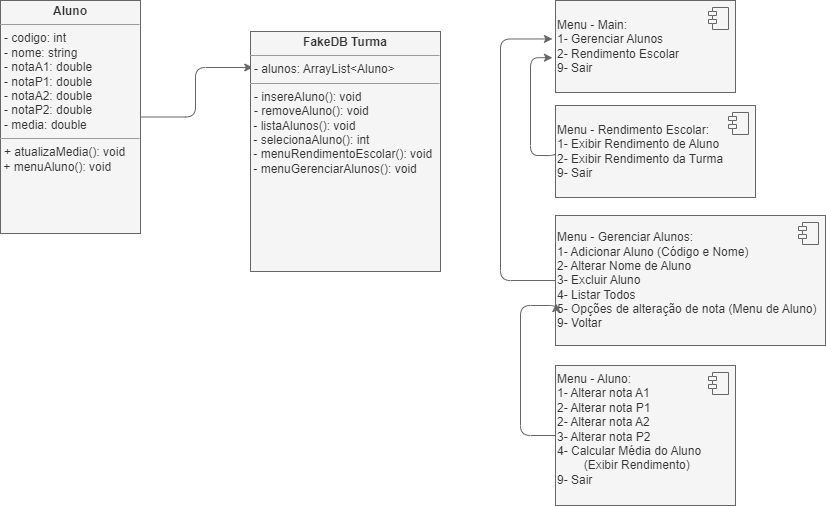
The draw.io diagram AULA-11/Atividade/Atividade - 06/FakeDB-Escola/docs/projetoescola.drawio.png in diogoJoseFreitas/UNIDERP-2023.2-LOO, before a commit. Source tidied: cells renumbered, new cells last; positions are measured from the earlier drawing's top-left corner, leaving out a move shared by most shapes.
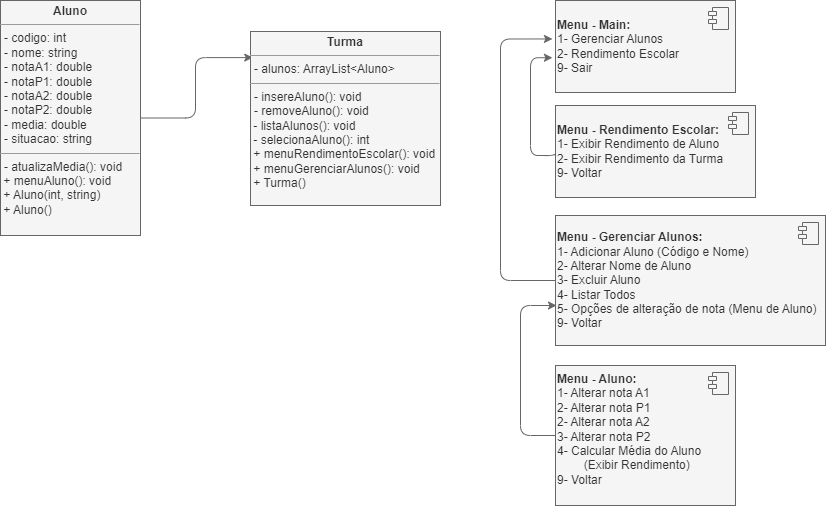
The same file after the commit.

Diff of the diagram source:
```diff
@@ -5,10 +5,10 @@
     <mxCell id="2" style="edgeStyle=orthogonalEdgeStyle;html=1;entryX=0.012;entryY=0.15;entryDx=0;entryDy=0;entryPerimeter=0;fillColor=#f5f5f5;strokeColor=#666666;" parent="1" edge="1" source="3" target="6">
       <mxGeometry relative="1" as="geometry" />
     </mxCell>
-    <mxCell id="3" value="&lt;p style=&quot;margin:0px;margin-top:4px;text-align:center;&quot;&gt;&lt;b&gt;Aluno&lt;/b&gt;&lt;/p&gt;&lt;hr size=&quot;1&quot;&gt;&lt;p style=&quot;margin:0px;margin-left:4px;&quot;&gt;- codigo: int&lt;/p&gt;&lt;p style=&quot;margin:0px;margin-left:4px;&quot;&gt;- nome: string&lt;/p&gt;&lt;p style=&quot;margin:0px;margin-left:4px;&quot;&gt;- notaA1: double&lt;/p&gt;&lt;p style=&quot;margin:0px;margin-left:4px;&quot;&gt;- notaP1: double&lt;/p&gt;&lt;p style=&quot;margin:0px;margin-left:4px;&quot;&gt;- notaA2: double&lt;/p&gt;&lt;p style=&quot;margin:0px;margin-left:4px;&quot;&gt;- notaP2: double&lt;/p&gt;&lt;p style=&quot;margin:0px;margin-left:4px;&quot;&gt;- media: double&lt;/p&gt;&lt;hr size=&quot;1&quot;&gt;&lt;p style=&quot;margin:0px;margin-left:4px;&quot;&gt;+ atualizaMedia(): void&lt;br&gt;&lt;/p&gt;&amp;nbsp;+ menuAluno(): void" style="verticalAlign=top;align=left;overflow=fill;fontSize=12;fontFamily=Helvetica;html=1;fillColor=#f5f5f5;strokeColor=#666666;fontColor=#333333;" parent="1" vertex="1">
-      <mxGeometry width="140" height="233" as="geometry" />
+    <mxCell id="3" value="&lt;p style=&quot;margin:0px;margin-top:4px;text-align:center;&quot;&gt;&lt;b&gt;Aluno&lt;/b&gt;&lt;/p&gt;&lt;hr size=&quot;1&quot;&gt;&lt;p style=&quot;margin:0px;margin-left:4px;&quot;&gt;- codigo: int&lt;/p&gt;&lt;p style=&quot;margin:0px;margin-left:4px;&quot;&gt;- nome: string&lt;/p&gt;&lt;p style=&quot;margin:0px;margin-left:4px;&quot;&gt;- notaA1: double&lt;/p&gt;&lt;p style=&quot;margin:0px;margin-left:4px;&quot;&gt;- notaP1: double&lt;/p&gt;&lt;p style=&quot;margin:0px;margin-left:4px;&quot;&gt;- notaA2: double&lt;/p&gt;&lt;p style=&quot;margin:0px;margin-left:4px;&quot;&gt;- notaP2: double&lt;/p&gt;&lt;p style=&quot;margin:0px;margin-left:4px;&quot;&gt;- media: double&lt;/p&gt;&lt;p style=&quot;margin:0px;margin-left:4px;&quot;&gt;- situacao: string&lt;/p&gt;&lt;hr size=&quot;1&quot;&gt;&lt;p style=&quot;margin:0px;margin-left:4px;&quot;&gt;- atualizaMedia(): void&lt;br&gt;&lt;/p&gt;&amp;nbsp;+ menuAluno(): void&lt;br&gt;&amp;nbsp;+ Aluno(int, string)&lt;br&gt;&amp;nbsp;+ Aluno()" style="verticalAlign=top;align=left;overflow=fill;fontSize=12;fontFamily=Helvetica;html=1;fillColor=#f5f5f5;strokeColor=#666666;fontColor=#333333;" parent="1" vertex="1">
+      <mxGeometry width="140" height="235" as="geometry" />
     </mxCell>
-    <mxCell id="4" value="Menu - Main:&lt;br&gt;1- Gerenciar Alunos&lt;br&gt;2- Rendimento Escolar&lt;br&gt;&lt;div style=&quot;&quot;&gt;&lt;span style=&quot;background-color: initial;&quot;&gt;9- Sair&lt;/span&gt;&lt;/div&gt;" style="html=1;align=left;verticalAlign=middle;fillColor=#f5f5f5;strokeColor=#666666;fontColor=#333333;" parent="1" vertex="1">
+    <mxCell id="4" value="&lt;b&gt;Menu - Main:&lt;br&gt;&lt;/b&gt;1- Gerenciar Alunos&lt;br&gt;2- Rendimento Escolar&lt;br&gt;&lt;div style=&quot;&quot;&gt;&lt;span style=&quot;background-color: initial;&quot;&gt;9- Sair&lt;/span&gt;&lt;/div&gt;" style="html=1;align=left;verticalAlign=middle;fillColor=#f5f5f5;strokeColor=#666666;fontColor=#333333;" parent="1" vertex="1">
       <mxGeometry x="555" width="180" height="92" as="geometry" />
     </mxCell>
     <mxCell id="5" style="shape=module;jettyWidth=8;jettyHeight=4;fillColor=#f5f5f5;strokeColor=#666666;fontColor=#333333;" parent="4" vertex="1">
@@ -16,8 +16,8 @@
         <mxPoint x="-27" y="7" as="offset" />
       </mxGeometry>
     </mxCell>
-    <mxCell id="6" value="&lt;p style=&quot;margin:0px;margin-top:4px;text-align:center;&quot;&gt;&lt;b&gt;FakeDB Turma&lt;/b&gt;&lt;/p&gt;&lt;hr size=&quot;1&quot;&gt;&lt;p style=&quot;margin:0px;margin-left:4px;&quot;&gt;- alunos: ArrayList&amp;lt;Aluno&amp;gt;&lt;/p&gt;&lt;hr size=&quot;1&quot;&gt;&lt;p style=&quot;margin:0px;margin-left:4px;&quot;&gt;- insereAluno(): void&lt;/p&gt;&lt;p style=&quot;margin:0px;margin-left:4px;&quot;&gt;- removeAluno(): void&lt;/p&gt;&amp;nbsp;- listaAlunos(): void&lt;br&gt;&amp;nbsp;- selecionaAluno(): int&lt;br&gt;&amp;nbsp;- menuRendimentoEscolar(): void&lt;br&gt;&amp;nbsp;- menuGerenciarAlunos(): void" style="verticalAlign=top;align=left;overflow=fill;fontSize=12;fontFamily=Helvetica;html=1;fillColor=#f5f5f5;strokeColor=#666666;fontColor=#333333;" parent="1" vertex="1">
-      <mxGeometry x="250" y="31" width="190" height="240" as="geometry" />
+    <mxCell id="6" value="&lt;p style=&quot;margin:0px;margin-top:4px;text-align:center;&quot;&gt;&lt;b&gt;Turma&lt;/b&gt;&lt;/p&gt;&lt;hr size=&quot;1&quot;&gt;&lt;p style=&quot;margin:0px;margin-left:4px;&quot;&gt;- alunos: ArrayList&amp;lt;Aluno&amp;gt;&lt;/p&gt;&lt;hr size=&quot;1&quot;&gt;&lt;p style=&quot;margin:0px;margin-left:4px;&quot;&gt;- insereAluno(): void&lt;/p&gt;&lt;p style=&quot;margin:0px;margin-left:4px;&quot;&gt;- removeAluno(): void&lt;/p&gt;&amp;nbsp;- listaAlunos(): void&lt;br&gt;&amp;nbsp;- selecionaAluno(): int&lt;br&gt;&amp;nbsp;+ menuRendimentoEscolar(): void&lt;br&gt;&amp;nbsp;+ menuGerenciarAlunos(): void&lt;br&gt;&amp;nbsp;+ Turma()" style="verticalAlign=top;align=left;overflow=fill;fontSize=12;fontFamily=Helvetica;html=1;fillColor=#f5f5f5;strokeColor=#666666;fontColor=#333333;" parent="1" vertex="1">
+      <mxGeometry x="250" y="31" width="190" height="174" as="geometry" />
     </mxCell>
     <mxCell id="7" style="edgeStyle=orthogonalEdgeStyle;html=1;entryX=-0.017;entryY=0.418;entryDx=0;entryDy=0;entryPerimeter=0;exitX=0;exitY=0.5;exitDx=0;exitDy=0;fillColor=#f5f5f5;strokeColor=#666666;" parent="1" edge="1" source="8" target="4">
       <mxGeometry relative="1" as="geometry">
@@ -27,7 +27,7 @@
         </Array>
       </mxGeometry>
     </mxCell>
-    <mxCell id="8" value="Menu - Gerenciar Alunos:&lt;br&gt;1- Adicionar Aluno (Código e Nome)&lt;br&gt;2- Alterar Nome de Aluno&lt;br&gt;3- Excluir Aluno&lt;br&gt;4- Listar Todos&lt;br&gt;5- Opções de alteração de nota (Menu de Aluno)&lt;br&gt;&lt;div style=&quot;&quot;&gt;&lt;span style=&quot;background-color: initial;&quot;&gt;9- Voltar&lt;/span&gt;&lt;/div&gt;" style="html=1;align=left;verticalAlign=middle;fillColor=#f5f5f5;strokeColor=#666666;fontColor=#333333;" parent="1" vertex="1">
+    <mxCell id="8" value="&lt;b&gt;Menu - Gerenciar Alunos:&lt;br&gt;&lt;/b&gt;1- Adicionar Aluno (Código e Nome)&lt;br&gt;2- Alterar Nome de Aluno&lt;br&gt;3- Excluir Aluno&lt;br&gt;4- Listar Todos&lt;br&gt;5- Opções de alteração de nota (Menu de Aluno)&lt;br&gt;&lt;div style=&quot;&quot;&gt;&lt;span style=&quot;background-color: initial;&quot;&gt;9- Voltar&lt;/span&gt;&lt;/div&gt;" style="html=1;align=left;verticalAlign=middle;fillColor=#f5f5f5;strokeColor=#666666;fontColor=#333333;" parent="1" vertex="1">
       <mxGeometry x="555" y="215" width="270" height="130" as="geometry" />
     </mxCell>
     <mxCell id="9" style="shape=module;jettyWidth=8;jettyHeight=4;fillColor=#f5f5f5;strokeColor=#666666;fontColor=#333333;" parent="8" vertex="1">
@@ -44,7 +44,7 @@
         </Array>
       </mxGeometry>
     </mxCell>
-    <mxCell id="11" value="Menu - Rendimento Escolar:&lt;br&gt;1- Exibir Rendimento de Aluno&lt;br&gt;2- Exibir Rendimento da Turma&lt;br&gt;&lt;div style=&quot;&quot;&gt;&lt;span style=&quot;background-color: initial;&quot;&gt;9- Sair&lt;/span&gt;&lt;/div&gt;" style="html=1;align=left;verticalAlign=middle;fillColor=#f5f5f5;strokeColor=#666666;fontColor=#333333;" parent="1" vertex="1">
+    <mxCell id="11" value="&lt;b&gt;Menu - Rendimento Escolar:&lt;br&gt;&lt;/b&gt;1- Exibir Rendimento de Aluno&lt;br&gt;2- Exibir Rendimento da Turma&lt;br&gt;&lt;div style=&quot;&quot;&gt;&lt;span style=&quot;background-color: initial;&quot;&gt;9- Voltar&lt;/span&gt;&lt;/div&gt;" style="html=1;align=left;verticalAlign=middle;fillColor=#f5f5f5;strokeColor=#666666;fontColor=#333333;" parent="1" vertex="1">
       <mxGeometry x="555" y="105" width="200" height="92" as="geometry" />
     </mxCell>
     <mxCell id="12" style="shape=module;jettyWidth=8;jettyHeight=4;fillColor=#f5f5f5;strokeColor=#666666;fontColor=#333333;" parent="11" vertex="1">
@@ -52,8 +52,9 @@
         <mxPoint x="-27" y="7" as="offset" />
       </mxGeometry>
     </mxCell>
-    <mxCell id="13" style="edgeStyle=orthogonalEdgeStyle;html=1;entryX=0.003;entryY=0.678;entryDx=0;entryDy=0;entryPerimeter=0;exitX=0;exitY=0.5;exitDx=0;exitDy=0;fillColor=#f5f5f5;strokeColor=#666666;" parent="1" edge="1" source="14" target="8">
+    <mxCell id="13" style="edgeStyle=orthogonalEdgeStyle;html=1;exitX=0;exitY=0.5;exitDx=0;exitDy=0;fillColor=#f5f5f5;strokeColor=#666666;" parent="1" edge="1" source="14">
       <mxGeometry relative="1" as="geometry">
+        <mxPoint x="556" y="305" as="targetPoint" />
         <Array as="points">
           <mxPoint x="520" y="435" />
           <mxPoint x="520" y="305" />
@@ -61,7 +62,7 @@
         </Array>
       </mxGeometry>
     </mxCell>
-    <mxCell id="14" value="Menu - Aluno:&lt;br&gt;1- Alterar nota A1&lt;br&gt;2- Alterar nota P1&lt;br&gt;2- Alterar nota A2&lt;br&gt;3- Alterar nota P2&lt;br&gt;4- Calcular Média do Aluno&lt;br&gt;&lt;span style=&quot;white-space: pre;&quot;&gt;&#9;&lt;/span&gt;(Exibir Rendimento)&lt;br&gt;&lt;div style=&quot;&quot;&gt;&lt;span style=&quot;background-color: initial;&quot;&gt;9- Sair&lt;/span&gt;&lt;/div&gt;" style="html=1;align=left;verticalAlign=top;fillColor=#f5f5f5;strokeColor=#666666;fontColor=#333333;" parent="1" vertex="1">
+    <mxCell id="14" value="&lt;b&gt;Menu - Aluno:&lt;br&gt;&lt;/b&gt;1- Alterar nota A1&lt;br&gt;2- Alterar nota P1&lt;br&gt;2- Alterar nota A2&lt;br&gt;3- Alterar nota P2&lt;br&gt;4- Calcular Média do Aluno&lt;br&gt;&lt;span style=&quot;white-space: pre;&quot;&gt;&#9;&lt;/span&gt;(Exibir Rendimento)&lt;br&gt;&lt;div style=&quot;&quot;&gt;&lt;span style=&quot;background-color: initial;&quot;&gt;9- Voltar&lt;/span&gt;&lt;/div&gt;" style="html=1;align=left;verticalAlign=top;fillColor=#f5f5f5;strokeColor=#666666;fontColor=#333333;" parent="1" vertex="1">
       <mxGeometry x="555" y="365" width="180" height="140" as="geometry" />
     </mxCell>
     <mxCell id="15" style="shape=module;jettyWidth=8;jettyHeight=4;fillColor=#f5f5f5;strokeColor=#666666;fontColor=#333333;" parent="14" vertex="1">
```
